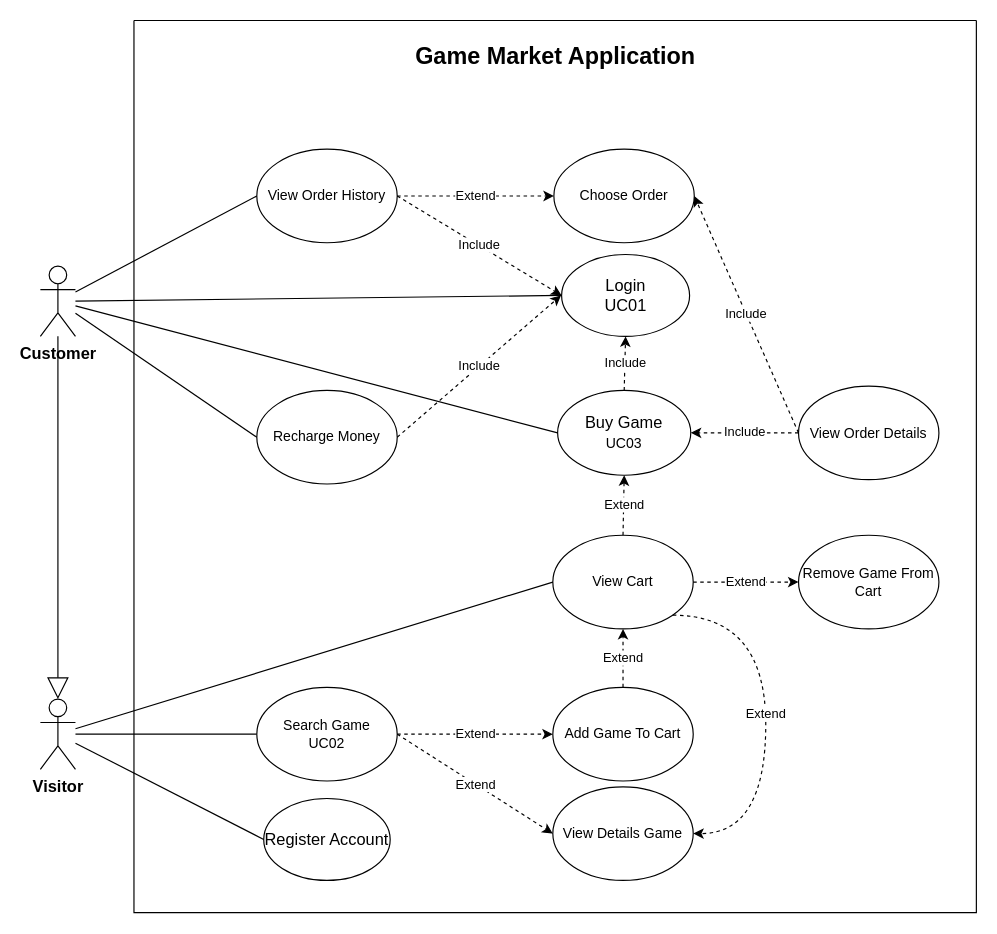
Before: Diagram/Use Case Diagram/UseCasesOverall.drawio in hiusnguyen201/Game-Market-Application, a draw.io diagram. Source tidied: cells renumbered, new cells numbered last; positions are measured from the earlier drawing's top-left corner, leaving out a move shared by most shapes. Both pictures are drawn from the tidied source at 117%, with x=0, y=0 at pixel (40, 20).
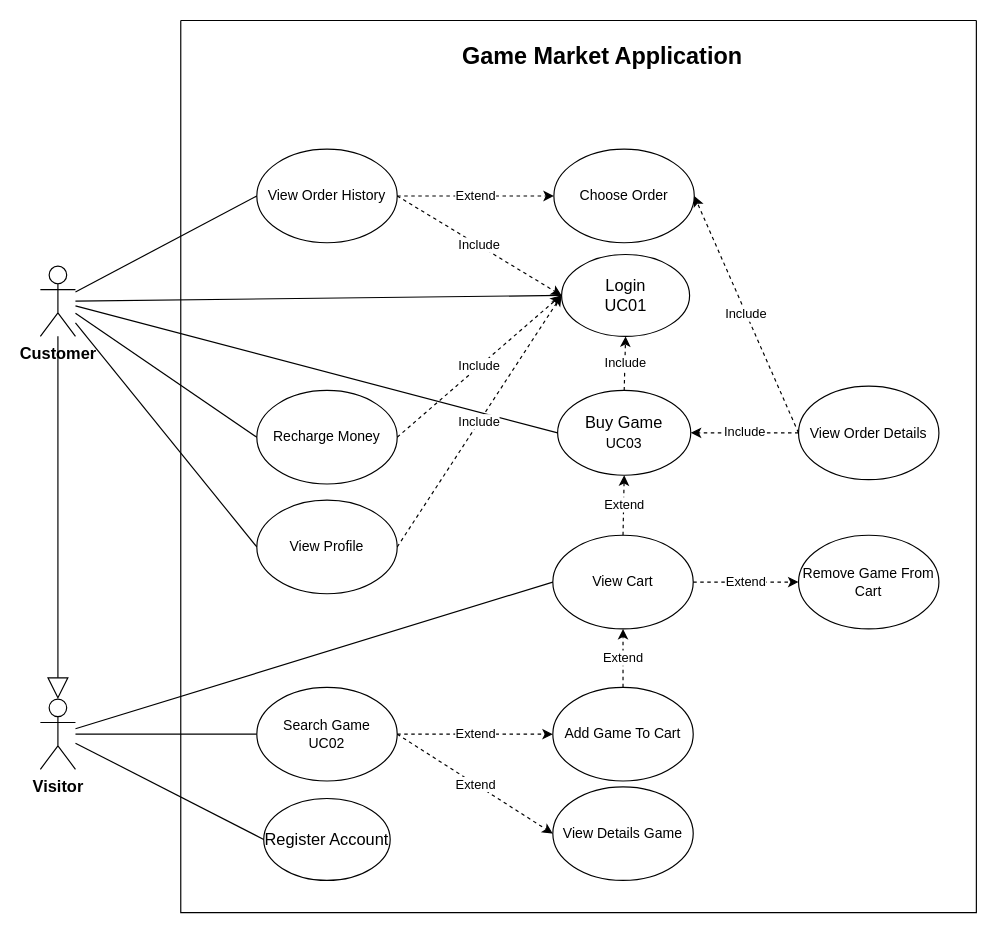
The same diagram, later.

Unchanged cells that the change refers to:
```xml
<mxCell id="3" value="&lt;b style=&quot;font-size: 14px;&quot;&gt;Customer&lt;/b&gt;" style="shape=umlActor;verticalLabelPosition=bottom;verticalAlign=top;html=1;outlineConnect=0;fontSize=14;" parent="1" vertex="1">
  <mxGeometry y="210" width="30" height="60" as="geometry" />
</mxCell>
<mxCell id="10" value="Login&lt;br&gt;UC01" style="ellipse;whiteSpace=wrap;html=1;fontSize=14;" parent="1" vertex="1">
  <mxGeometry x="445.5" y="200" width="109.4" height="70" as="geometry" />
</mxCell>
<mxCell id="16" value="View Details Game" style="ellipse;whiteSpace=wrap;html=1;" parent="1" vertex="1">
  <mxGeometry x="438" y="655" width="120" height="80" as="geometry" />
</mxCell>
<mxCell id="21" value="View Cart&lt;br&gt;" style="ellipse;whiteSpace=wrap;html=1;" parent="1" vertex="1">
  <mxGeometry x="438" y="440" width="120" height="80" as="geometry" />
</mxCell>
```

Change to the diagram source:
```diff
@@
     <mxCell id="12" style="swimlane;startSize=0;fontSize=14;" parent="1" vertex="1">
-      <mxGeometry x="80" width="720" height="762.5" as="geometry" />
+      <mxGeometry x="120" width="680" height="762.5" as="geometry" />
     </mxCell>
@@
-    <mxCell id="36" value="Extend" style="endArrow=classic;html=1;rounded=0;dashed=1;exitX=1;exitY=1;exitDx=0;exitDy=0;entryX=1;entryY=0.5;entryDx=0;entryDy=0;edgeStyle=orthogonalEdgeStyle;curved=1;" parent="1" edge="1" source="21" target="16">
-      <mxGeometry relative="1" as="geometry">
-        <Array as="points">
-          <mxPoint x="620" y="508" />
-          <mxPoint x="620" y="695" />
-        </Array>
-      </mxGeometry>
-    </mxCell>
@@
+    <mxCell id="38" value="View Profile" style="ellipse;whiteSpace=wrap;html=1;" parent="1" vertex="1">
+      <mxGeometry x="185" y="410" width="120" height="80" as="geometry" />
+    </mxCell>
+    <mxCell id="39" style="endArrow=none;html=1;rounded=0;fontSize=14;entryX=0;entryY=0.5;entryDx=0;entryDy=0;" parent="1" edge="1" source="3" target="38">
+      <mxGeometry relative="1" as="geometry" />
+    </mxCell>
+    <mxCell id="40" value="Include" style="endArrow=classic;html=1;rounded=0;dashed=1;exitX=1;exitY=0.5;exitDx=0;exitDy=0;entryX=0;entryY=0.5;entryDx=0;entryDy=0;" parent="1" edge="1" source="38" target="10">
+      <mxGeometry relative="1" as="geometry" />
+    </mxCell>
```
